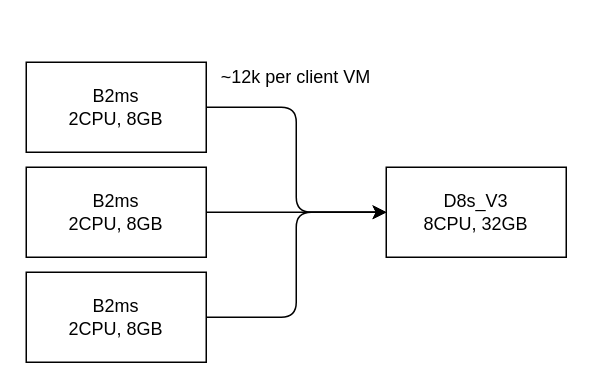
Before: signalr/loadtest/vms.drawio in staff0rd/slides, a draw.io diagram. Source tidied: cells renumbered, new cells numbered last; positions are measured from the earlier drawing's top-left corner, leaving out a move shared by most shapes. Both pictures are drawn from the tidied source at 150%, with x=0, y=0 at pixel (26, 62).
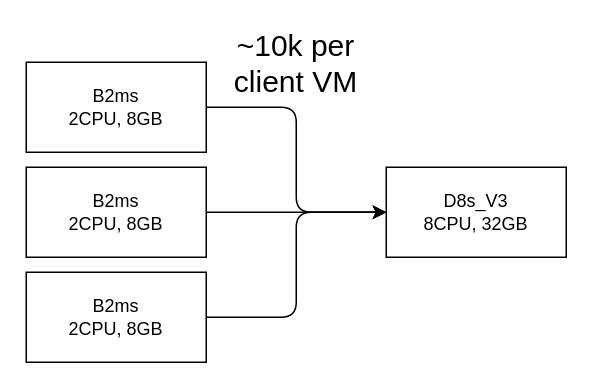
The same diagram, later.

Diff of the diagram source:
```diff
@@
 <mxGraphModel>
   <root>
     <mxCell id="0" />
     <mxCell id="1" parent="0" />
     <mxCell id="2" value="D8s_V3&lt;br&gt;8CPU, 32GB&lt;br&gt;" style="rounded=0;whiteSpace=wrap;html=1;" parent="1" vertex="1">
       <mxGeometry x="240" y="70" width="120" height="60" as="geometry" />
     </mxCell>
     <mxCell id="3" style="endArrow=classic;html=1;edgeStyle=orthogonalEdgeStyle;" parent="1" edge="1" source="6" target="2">
       <mxGeometry relative="1" as="geometry" />
     </mxCell>
-    <mxCell id="4" value="~12k per client VM" style="text;html=1;strokeColor=none;fillColor=none;align=center;verticalAlign=middle;whiteSpace=wrap;rounded=0;" parent="1" vertex="1">
-      <mxGeometry x="120" width="120" height="20" as="geometry" />
+    <mxCell id="4" value="&lt;font style=&quot;font-size: 20px&quot;&gt;~10k per&lt;br&gt;client VM&lt;/font&gt;" style="text;html=1;strokeColor=none;fillColor=none;align=center;verticalAlign=middle;whiteSpace=wrap;rounded=0;" parent="1" vertex="1">
+      <mxGeometry x="120" y="-20" width="120" height="40" as="geometry" />
     </mxCell>
     <mxCell id="5" value="B2ms&lt;br&gt;2CPU, 8GB&lt;br&gt;" style="rounded=0;whiteSpace=wrap;html=1;" parent="1" vertex="1">
       <mxGeometry width="120" height="60" as="geometry" />
     </mxCell>
     <mxCell id="6" value="B2ms&lt;br&gt;2CPU, 8GB&lt;br&gt;" style="rounded=0;whiteSpace=wrap;html=1;" parent="1" vertex="1">
       <mxGeometry y="70" width="120" height="60" as="geometry" />
     </mxCell>
     <mxCell id="7" value="B2ms&lt;br&gt;2CPU, 8GB&lt;br&gt;" style="rounded=0;whiteSpace=wrap;html=1;" parent="1" vertex="1">
       <mxGeometry y="140" width="120" height="60" as="geometry" />
     </mxCell>
     <mxCell id="8" style="endArrow=classic;html=1;edgeStyle=orthogonalEdgeStyle;entryX=0;entryY=0.5;entryDx=0;entryDy=0;" parent="1" edge="1" source="5" target="2">
       <mxGeometry relative="1" as="geometry" />
     </mxCell>
     <mxCell id="9" style="endArrow=classic;html=1;edgeStyle=orthogonalEdgeStyle;entryX=0;entryY=0.5;entryDx=0;entryDy=0;" parent="1" edge="1" source="7" target="2">
       <mxGeometry relative="1" as="geometry" />
     </mxCell>
   </root>
 </mxGraphModel>
```
